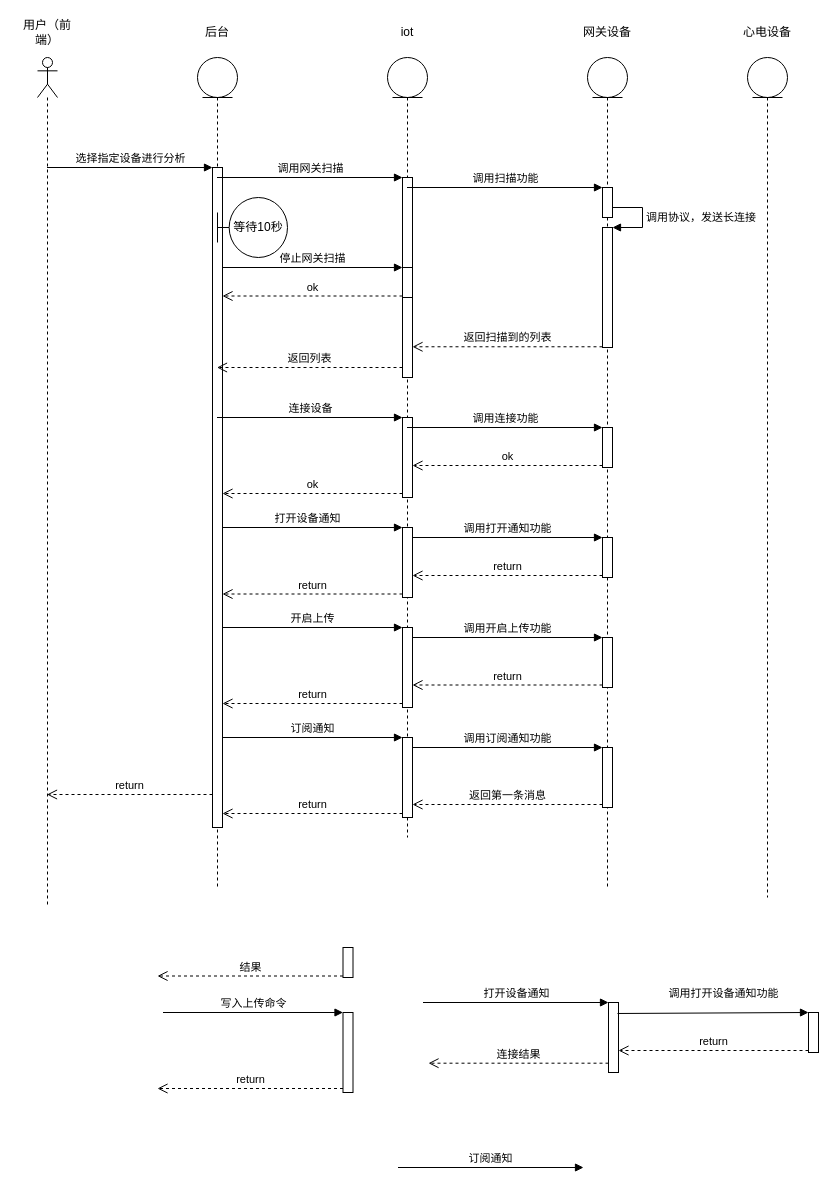
Earlier version of the draw.io diagram 流程图.drawio (Leicw/draw.io_file). Source tidied: cells renumbered, new cells numbered last; positions are measured from the earlier drawing's top-left corner, leaving out a move shared by most shapes. Both pictures are drawn from the tidied source at 100%, with x=0, y=0 at pixel (17, 17).
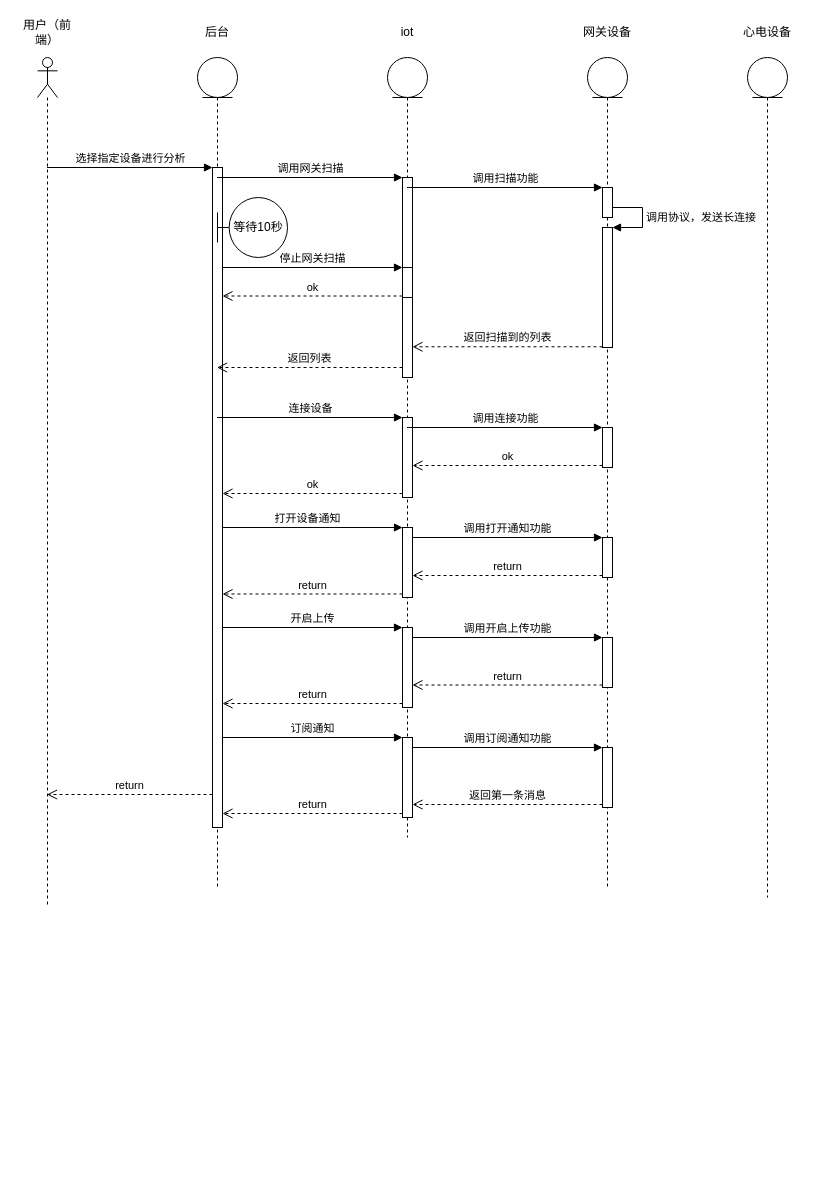
Above is the later version.

Commit message:
更新流程图.drawio

What changed in the source:
```diff
@@
-    <mxCell id="39" style="html=1;points=[];perimeter=orthogonalPerimeter;" parent="1" vertex="1">
-      <mxGeometry x="325.5" y="930" width="10" height="30" as="geometry" />
-    </mxCell>
-    <mxCell id="40" style="html=1;points=[];perimeter=orthogonalPerimeter;" parent="1" vertex="1">
-      <mxGeometry x="325.5" y="995" width="10" height="80" as="geometry" />
-    </mxCell>
-    <mxCell id="41" value="订阅通知" style="html=1;verticalAlign=bottom;endArrow=block;entryX=0;entryY=0;rounded=0;" parent="1" edge="1">
-      <mxGeometry x="-0.02" relative="1" as="geometry">
-        <mxPoint x="380.5" y="1150" as="sourcePoint" />
-        <mxPoint x="566" y="1150" as="targetPoint" />
-        <mxPoint x="1" as="offset" />
-      </mxGeometry>
-    </mxCell>
-    <mxCell id="42" value="结果" style="html=1;verticalAlign=bottom;endArrow=open;dashed=1;endSize=8;exitX=0;exitY=0.95;rounded=0;" parent="1" edge="1" source="39">
-      <mxGeometry relative="1" as="geometry">
-        <mxPoint x="140" y="958.5" as="targetPoint" />
-      </mxGeometry>
-    </mxCell>
-    <mxCell id="43" value="写入上传命令" style="html=1;verticalAlign=bottom;endArrow=block;entryX=0;entryY=0;rounded=0;" parent="1" edge="1" target="40">
-      <mxGeometry relative="1" as="geometry">
-        <mxPoint x="145.5" y="995" as="sourcePoint" />
-      </mxGeometry>
-    </mxCell>
-    <mxCell id="44" value="return" style="html=1;verticalAlign=bottom;endArrow=open;dashed=1;endSize=8;exitX=0;exitY=0.95;rounded=0;" parent="1" edge="1" source="40">
-      <mxGeometry relative="1" as="geometry">
-        <mxPoint x="140" y="1071" as="targetPoint" />
-      </mxGeometry>
-    </mxCell>
-    <mxCell id="45" style="html=1;points=[];perimeter=orthogonalPerimeter;" parent="1" vertex="1">
-      <mxGeometry x="591" y="985" width="10" height="70" as="geometry" />
-    </mxCell>
-    <mxCell id="46" style="html=1;points=[];perimeter=orthogonalPerimeter;" parent="1" vertex="1">
-      <mxGeometry x="791" y="995" width="10" height="40" as="geometry" />
-    </mxCell>
-    <mxCell id="47" value="连接结果" style="html=1;verticalAlign=bottom;endArrow=open;dashed=1;endSize=8;rounded=0;exitX=0;exitY=0.867;exitDx=0;exitDy=0;exitPerimeter=0;" parent="1" edge="1" source="45">
-      <mxGeometry relative="1" as="geometry">
-        <mxPoint x="411" y="1045.7" as="targetPoint" />
-      </mxGeometry>
-    </mxCell>
-    <mxCell id="48" value="打开设备通知" style="html=1;verticalAlign=bottom;endArrow=block;entryX=0;entryY=0;rounded=0;" parent="1" edge="1" target="45">
-      <mxGeometry relative="1" as="geometry">
-        <mxPoint x="405.5" y="985" as="sourcePoint" />
-      </mxGeometry>
-    </mxCell>
-    <mxCell id="49" value="调用打开设备通知功能" style="html=1;verticalAlign=bottom;endArrow=block;entryX=0;entryY=0;rounded=0;exitX=0.9;exitY=0.157;exitDx=0;exitDy=0;exitPerimeter=0;" parent="1" edge="1" source="45" target="46">
-      <mxGeometry x="0.11" y="10" relative="1" as="geometry" />
-    </mxCell>
-    <mxCell id="50" value="return" style="html=1;verticalAlign=bottom;endArrow=open;dashed=1;endSize=8;exitX=0;exitY=0.95;rounded=0;" parent="1" edge="1" source="46" target="45">
-      <mxGeometry relative="1" as="geometry" />
-    </mxCell>
```
